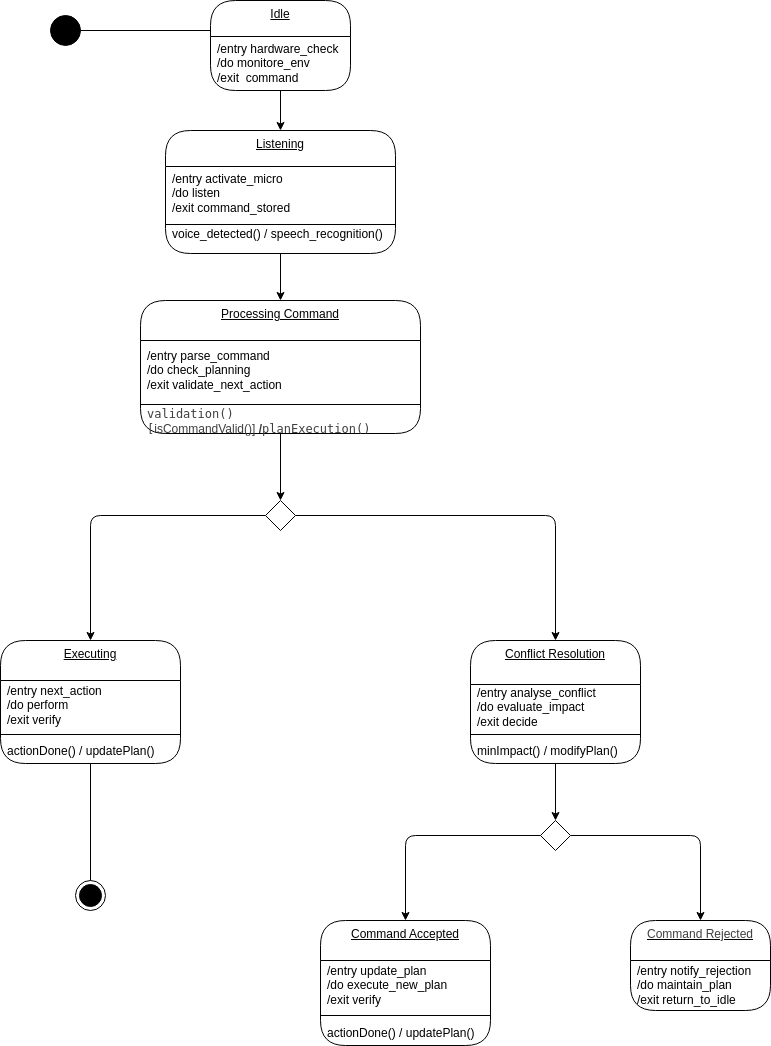
The draw.io diagram src/human_command/diagrams/state_machine.drawio.png in ignithor/Assignment_Cogar_Group_C, before a commit. Source tidied: cells renumbered, new cells last; positions are measured from the earlier drawing's top-left corner, leaving out a move shared by most shapes.
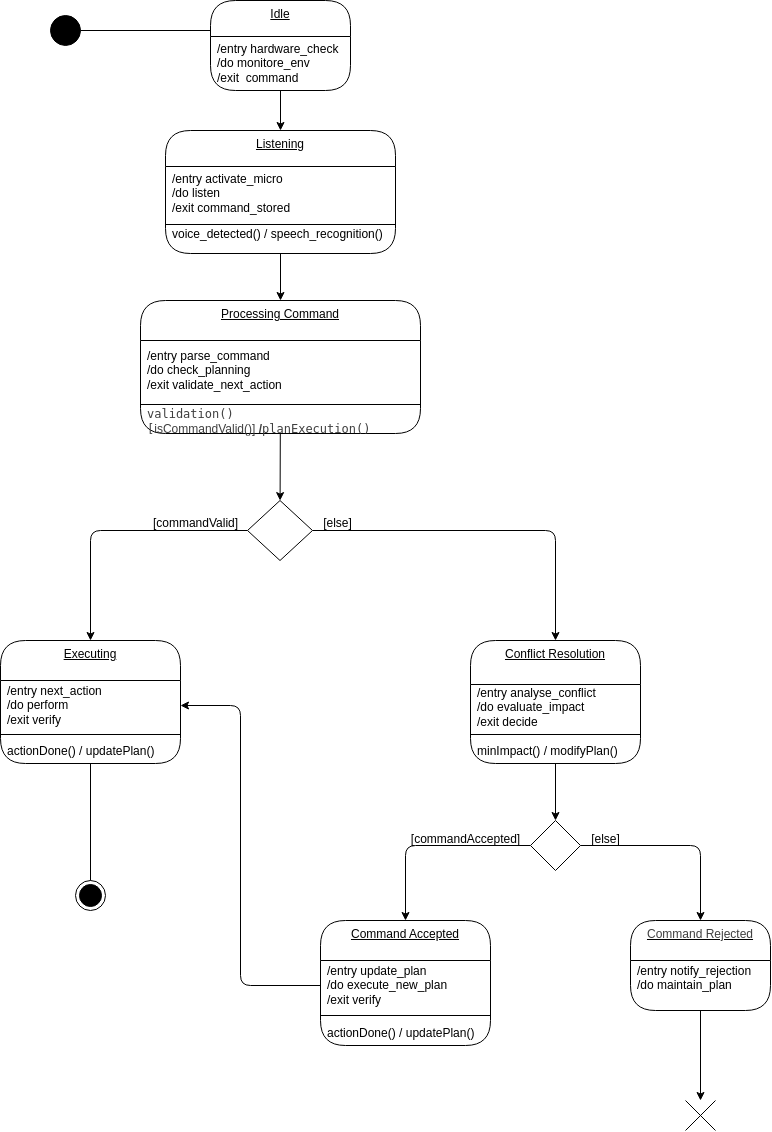
Above is the later version.

Commit message:
Modification state diagram human_command

Change to the diagram source:
```diff
@@ -88,7 +88,7 @@
     <mxCell id="29" value="&lt;span style=&quot;color: rgb(63, 63, 63);&quot;&gt;Command Rejected&lt;/span&gt;" style="swimlane;fontStyle=4;align=center;verticalAlign=top;horizontal=1;startSize=40;html=1;rounded=1;absoluteArcSize=1;arcSize=50;whiteSpace=wrap;" parent="1" vertex="1">
       <mxGeometry x="630" y="920" width="140" height="90" as="geometry" />
     </mxCell>
-    <mxCell id="30" value="/entry notify_rejection&lt;div&gt;/do maintain_plan&lt;/div&gt;&lt;div&gt;/exit return_to_idle&lt;/div&gt;" style="fillColor=none;strokeColor=none;align=left;verticalAlign=middle;spacingLeft=5;whiteSpace=wrap;html=1;" parent="29" vertex="1">
+    <mxCell id="30" value="/entry notify_rejection&lt;div&gt;/do maintain_plan&lt;/div&gt;&lt;div&gt;&lt;br&gt;&lt;/div&gt;" style="fillColor=none;strokeColor=none;align=left;verticalAlign=middle;spacingLeft=5;whiteSpace=wrap;html=1;" parent="29" vertex="1">
       <mxGeometry y="40" width="140" height="50" as="geometry" />
     </mxCell>
     <mxCell id="31" style="edgeStyle=none;html=1;" parent="1" edge="1" source="7">
@@ -104,39 +104,65 @@
     <mxCell id="33" style="edgeStyle=none;html=1;entryX=0.5;entryY=0;entryDx=0;entryDy=0;" parent="1" edge="1" source="35" target="17">
       <mxGeometry relative="1" as="geometry">
         <Array as="points">
-          <mxPoint x="90" y="515" />
+          <mxPoint x="90" y="530" />
         </Array>
       </mxGeometry>
     </mxCell>
     <mxCell id="34" style="edgeStyle=none;html=1;entryX=0.5;entryY=0;entryDx=0;entryDy=0;" parent="1" edge="1" source="35" target="21">
       <mxGeometry relative="1" as="geometry">
         <Array as="points">
-          <mxPoint x="555" y="515" />
+          <mxPoint x="555" y="530" />
         </Array>
       </mxGeometry>
     </mxCell>
     <mxCell id="35" style="rhombus;" parent="1" vertex="1">
-      <mxGeometry x="265" y="500" width="30" height="30" as="geometry" />
+      <mxGeometry x="247" y="500" width="65" height="60" as="geometry" />
     </mxCell>
     <mxCell id="36" style="edgeStyle=none;html=1;entryX=0.5;entryY=0;entryDx=0;entryDy=0;" parent="1" edge="1" source="38" target="25">
       <mxGeometry relative="1" as="geometry">
         <Array as="points">
-          <mxPoint x="405" y="835" />
+          <mxPoint x="405" y="845" />
         </Array>
       </mxGeometry>
     </mxCell>
     <mxCell id="37" style="edgeStyle=none;html=1;entryX=0.5;entryY=0;entryDx=0;entryDy=0;" parent="1" edge="1" source="38" target="29">
       <mxGeometry relative="1" as="geometry">
         <Array as="points">
-          <mxPoint x="700" y="835" />
+          <mxPoint x="700" y="845" />
         </Array>
       </mxGeometry>
     </mxCell>
     <mxCell id="38" style="rhombus;" parent="1" vertex="1">
-      <mxGeometry x="540" y="820" width="30" height="30" as="geometry" />
+      <mxGeometry x="530" y="820" width="50" height="50" as="geometry" />
     </mxCell>
     <mxCell id="39" style="edgeStyle=none;html=1;entryX=0.5;entryY=0;entryDx=0;entryDy=0;" parent="1" edge="1" source="24" target="38">
       <mxGeometry relative="1" as="geometry" />
     </mxCell>
+    <mxCell id="40" value="[commandValid]" style="text;html=1;align=center;verticalAlign=middle;strokeColor=none;fillColor=none;" parent="1" vertex="1">
+      <mxGeometry x="140" y="508" width="110" height="30" as="geometry" />
+    </mxCell>
+    <mxCell id="41" value="[else]" style="text;html=1;align=center;verticalAlign=middle;strokeColor=none;fillColor=none;" parent="1" vertex="1">
+      <mxGeometry x="312" y="508" width="50" height="30" as="geometry" />
+    </mxCell>
+    <mxCell id="42" value="[commandAccepted]" style="text;html=1;align=center;verticalAlign=middle;strokeColor=none;fillColor=none;" parent="1" vertex="1">
+      <mxGeometry x="400" y="824" width="130" height="30" as="geometry" />
+    </mxCell>
+    <mxCell id="43" value="[else]" style="text;html=1;align=center;verticalAlign=middle;strokeColor=none;fillColor=none;" parent="1" vertex="1">
+      <mxGeometry x="580" y="824" width="50" height="30" as="geometry" />
+    </mxCell>
+    <mxCell id="44" style="shape=umlDestroy;html=1;" parent="1" vertex="1">
+      <mxGeometry x="685" y="1100" width="30" height="30" as="geometry" />
+    </mxCell>
+    <mxCell id="45" style="edgeStyle=none;html=1;" parent="1" edge="1" source="30" target="44">
+      <mxGeometry relative="1" as="geometry" />
+    </mxCell>
+    <mxCell id="46" style="edgeStyle=none;html=1;entryX=1;entryY=0.5;entryDx=0;entryDy=0;exitX=0;exitY=0.5;exitDx=0;exitDy=0;" parent="1" edge="1" source="26" target="18">
+      <mxGeometry relative="1" as="geometry">
+        <Array as="points">
+          <mxPoint x="240" y="985" />
+          <mxPoint x="240" y="705" />
+        </Array>
+      </mxGeometry>
+    </mxCell>
   </root>
 </mxGraphModel>
```
